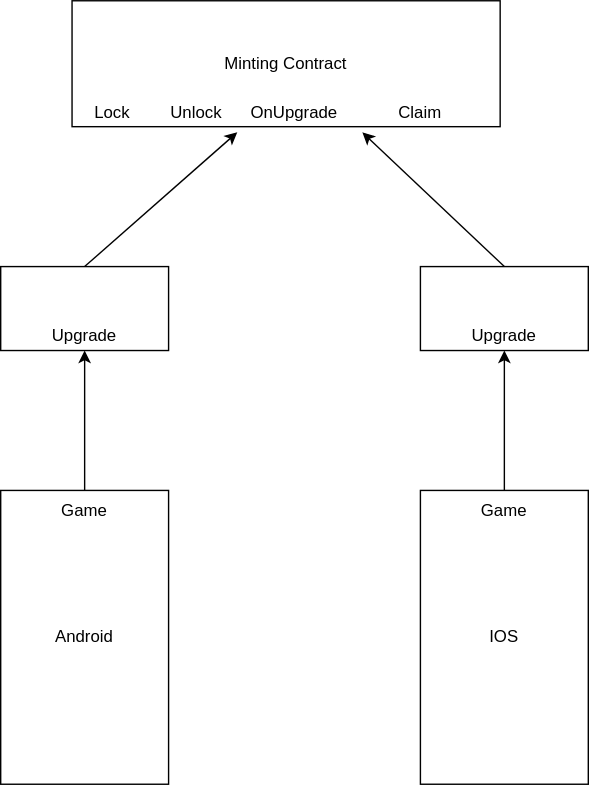
Earlier version of the draw.io export 未命名绘图.drawio.svg (iwanwang-0/doc). Source tidied: cells renumbered, new cells last; positions are measured from the earlier drawing's top-left corner, leaving out a move shared by most shapes.
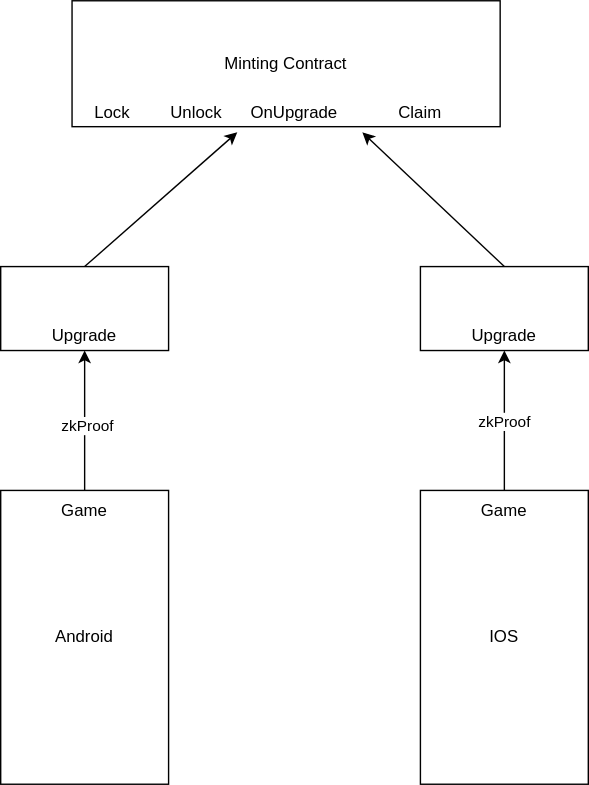
The same file after the commit.

Diff of the diagram source:
```diff
@@ -26,6 +26,9 @@
     <mxCell id="9" style="edgeStyle=orthogonalEdgeStyle;rounded=0;jettySize=auto;html=1;" parent="1" edge="1" source="10" target="15">
       <mxGeometry relative="1" as="geometry" />
     </mxCell>
+    <mxCell id="19" value="zkProof" style="edgeLabel;html=1;align=center;verticalAlign=middle;" parent="9" vertex="1">
+      <mxGeometry x="-0.06" y="-1" relative="1" as="geometry" />
+    </mxCell>
     <mxCell id="10" value="Android" style="rounded=0;whiteSpace=wrap;html=1;" parent="1" vertex="1">
       <mxGeometry y="350" width="120" height="210" as="geometry" />
     </mxCell>
@@ -42,6 +45,9 @@
     <mxCell id="13" style="edgeStyle=orthogonalEdgeStyle;rounded=0;jettySize=auto;html=1;" parent="1" edge="1" source="14" target="16">
       <mxGeometry relative="1" as="geometry" />
     </mxCell>
+    <mxCell id="20" value="zkProof" style="edgeLabel;html=1;align=center;verticalAlign=middle;" parent="13" vertex="1">
+      <mxGeometry y="1" relative="1" as="geometry" />
+    </mxCell>
     <mxCell id="14" value="IOS" style="rounded=0;whiteSpace=wrap;html=1;" parent="1" vertex="1">
       <mxGeometry x="300" y="350" width="120" height="210" as="geometry" />
     </mxCell>
```
